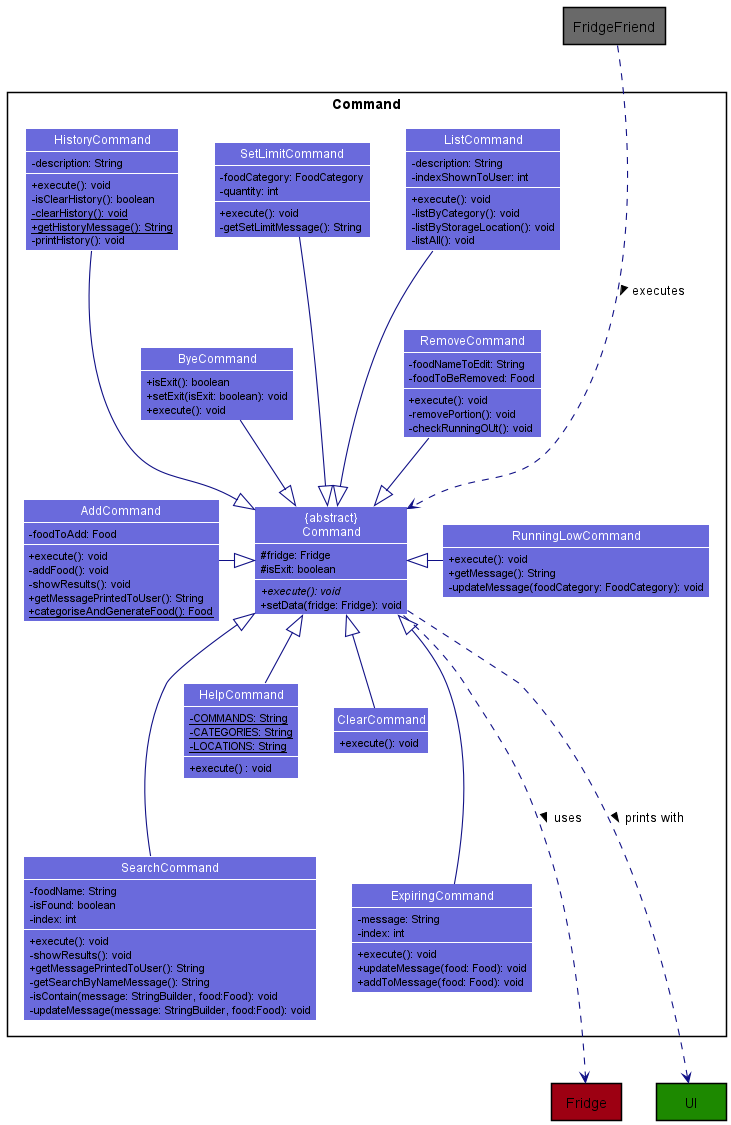
Earlier version of the PlantUML export docs/diagrams/diagram_images/CommandClassDiagram.png (nus-cs2113-AY2021S2/tp).
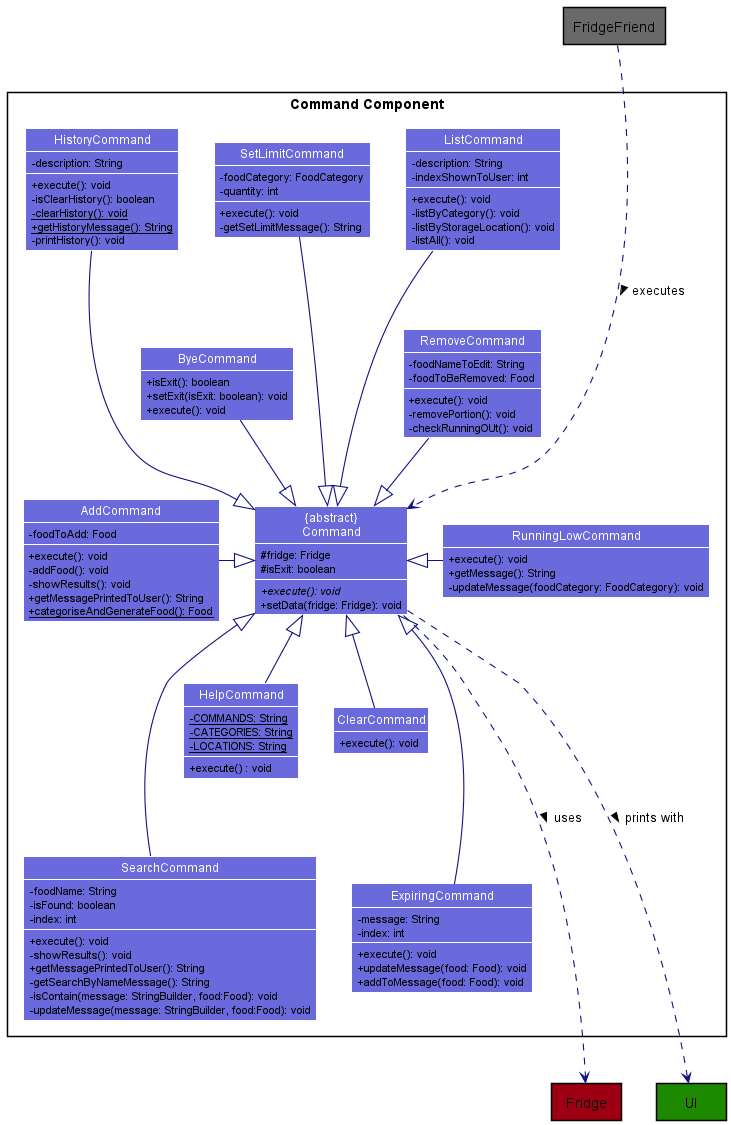
Later version of the same file.

The edit, as a diff of the source:
```diff
@@ -6,7 +6,7 @@
 skinparam classBackgroundColor COMMAND_COLOR_T2
 skinparam classAttributeIconSize 0
 
-package Command <<Rectangle>> {
+package "Command Component" <<Rectangle>> {
     class "{abstract}\nCommand" as Command
     class AddCommand
     class RemoveCommand
```
